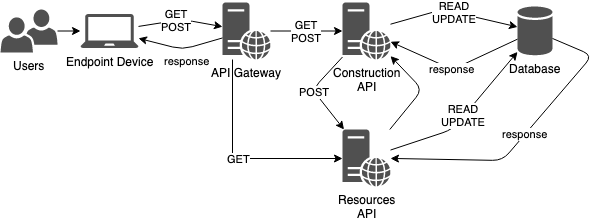
The draw.io diagram images/architecture.png in PLeon6822/deathstar, before a commit. Source tidied: cells renumbered, new cells last; positions are measured from the earlier drawing's top-left corner, leaving out a move shared by most shapes.
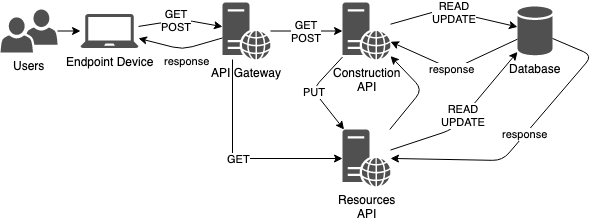
After the change.

What changed in the source:
```diff
@@ -76,7 +76,7 @@
         </Array>
       </mxGeometry>
     </mxCell>
-    <mxCell id="17" value="POST" style="endArrow=classic;html=1;" parent="1" edge="1" source="8" target="9">
+    <mxCell id="17" value="PUT" style="endArrow=classic;html=1;" parent="1" edge="1" source="8" target="9">
       <mxGeometry relative="1" as="geometry">
         <Array as="points">
           <mxPoint x="312" y="87" />
```
